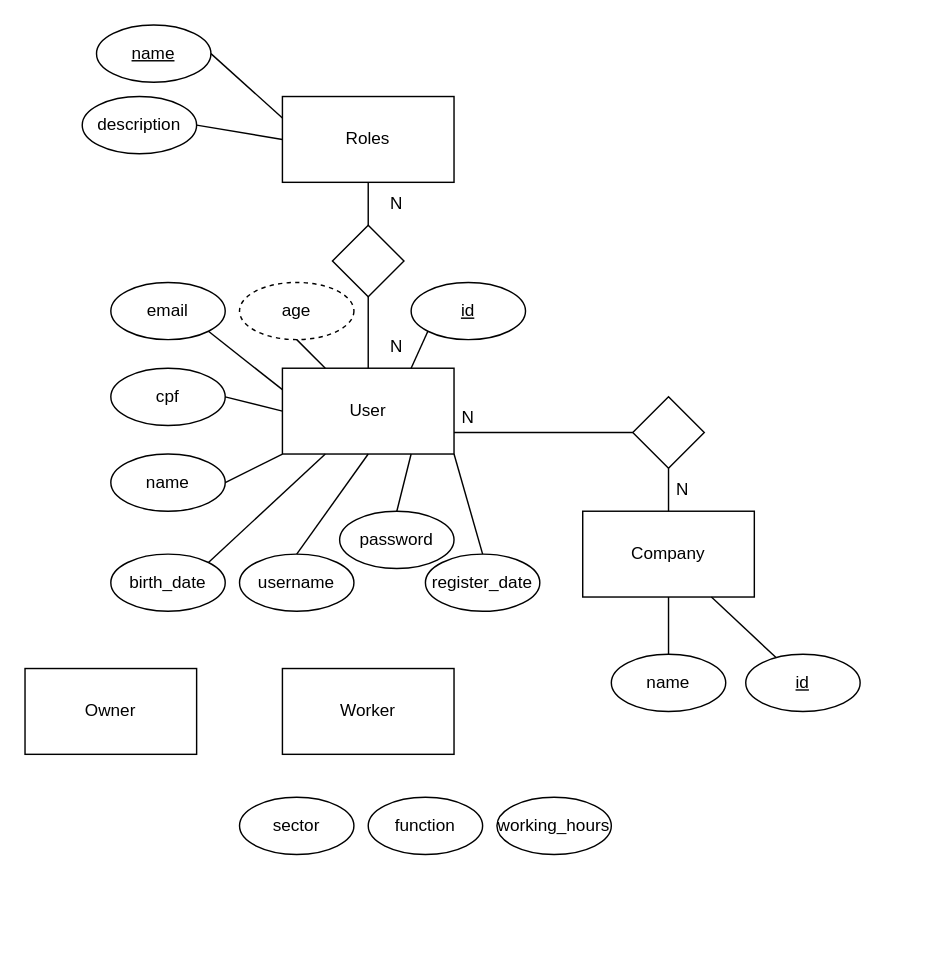
Above: ModelagemBD-MM.drawio in Mutznch/MarcosManagements (draw.io), before the change. Source tidied: cells renumbered, new cells numbered last; positions are measured from the earlier drawing's top-left corner, leaving out a move shared by most shapes. Both pictures are drawn from the tidied source at 143%, with x=0, y=0 at pixel (24, 24).
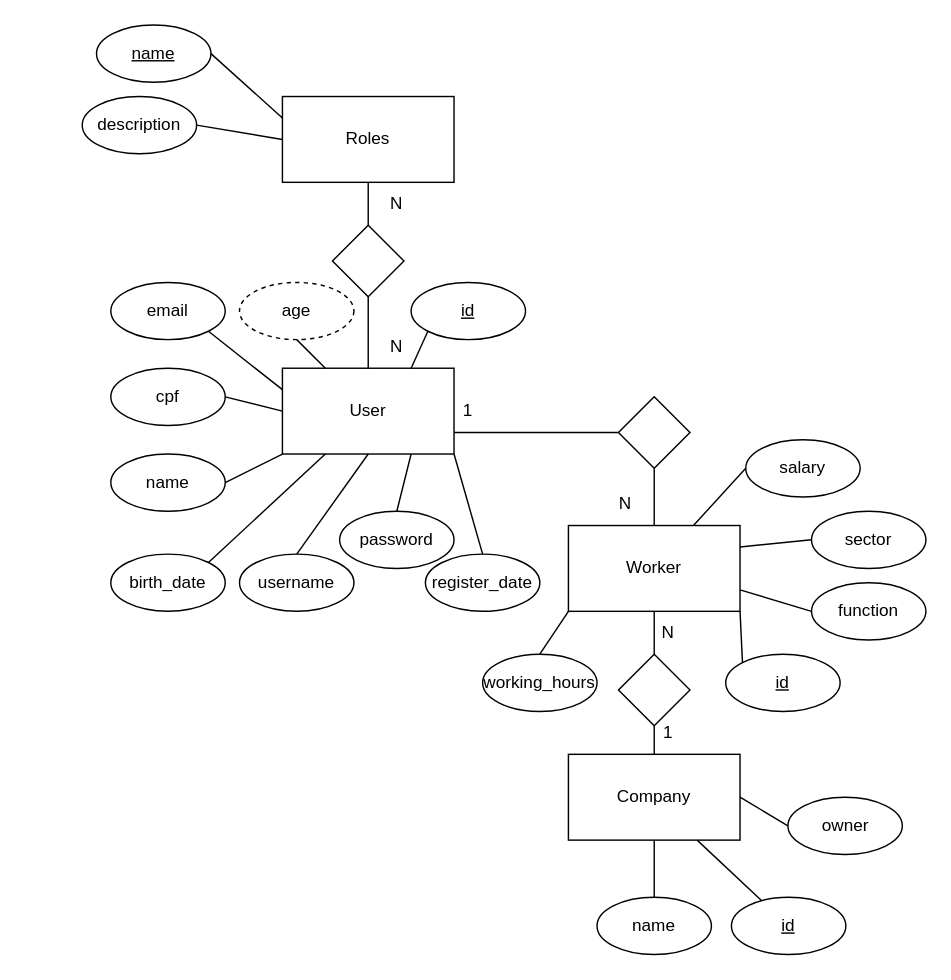
The same page after the edit.

Unchanged cells that the change refers to:
```xml
<mxCell id="2" value="User" style="rounded=0;whiteSpace=wrap;html=1;" parent="1" vertex="1">
  <mxGeometry x="180" y="240" width="120" height="60" as="geometry" />
</mxCell>
```

What changed in the source:
```diff
@@
     <mxCell id="4" value="Company" style="rounded=0;whiteSpace=wrap;html=1;" parent="1" vertex="1">
-      <mxGeometry x="390" y="340" width="120" height="60" as="geometry" />
+      <mxGeometry x="380" y="510" width="120" height="60" as="geometry" />
     </mxCell>
@@
     <mxCell id="12" value="name" style="ellipse;whiteSpace=wrap;html=1;" parent="1" vertex="1">
-      <mxGeometry x="410" y="440" width="80" height="40" as="geometry" />
+      <mxGeometry x="400" y="610" width="80" height="40" as="geometry" />
     </mxCell>
@@
-    <mxCell id="26" style="rhombus;whiteSpace=wrap;html=1;" parent="1" vertex="1">
-      <mxGeometry x="425" y="260" width="50" height="50" as="geometry" />
-    </mxCell>
-    <mxCell id="27" style="endArrow=none;html=1;rounded=0;exitX=0;exitY=0.5;exitDx=0;exitDy=0;entryX=1;entryY=0.75;entryDx=0;entryDy=0;" parent="1" edge="1" source="26" target="2">
-      <mxGeometry relative="1" as="geometry" />
-    </mxCell>
-    <mxCell id="28" style="endArrow=none;html=1;rounded=0;exitX=0.5;exitY=0;exitDx=0;exitDy=0;entryX=0.5;entryY=1;entryDx=0;entryDy=0;" parent="1" edge="1" source="4" target="26">
-      <mxGeometry relative="1" as="geometry" />
-    </mxCell>
@@
-    <mxCell id="31" value="N" style="text;html=1;strokeColor=none;fillColor=none;align=center;verticalAlign=middle;whiteSpace=wrap;rounded=0;" parent="1" vertex="1">
-      <mxGeometry x="430" y="310" width="60" height="30" as="geometry" />
-    </mxCell>
-    <mxCell id="32" value="N" style="text;html=1;strokeColor=none;fillColor=none;align=center;verticalAlign=middle;whiteSpace=wrap;rounded=0;" parent="1" vertex="1">
-      <mxGeometry x="280" y="260" width="60" height="30" as="geometry" />
-    </mxCell>
     <mxCell id="33" value="Worker" style="rounded=0;whiteSpace=wrap;html=1;" parent="1" vertex="1">
-      <mxGeometry x="180" y="450" width="120" height="60" as="geometry" />
+      <mxGeometry x="380" y="350" width="120" height="60" as="geometry" />
     </mxCell>
-    <mxCell id="34" value="Owner" style="rounded=0;whiteSpace=wrap;html=1;" parent="1" vertex="1">
-      <mxGeometry y="450" width="120" height="60" as="geometry" />
-    </mxCell>
@@
     <mxCell id="39" value="function" style="ellipse;whiteSpace=wrap;html=1;" parent="1" vertex="1">
-      <mxGeometry x="240" y="540" width="80" height="40" as="geometry" />
+      <mxGeometry x="550" y="390" width="80" height="40" as="geometry" />
     </mxCell>
     <mxCell id="40" value="sector" style="ellipse;whiteSpace=wrap;html=1;" parent="1" vertex="1">
-      <mxGeometry x="150" y="540" width="80" height="40" as="geometry" />
+      <mxGeometry x="550" y="340" width="80" height="40" as="geometry" />
     </mxCell>
     <mxCell id="41" value="working_hours" style="ellipse;whiteSpace=wrap;html=1;" parent="1" vertex="1">
-      <mxGeometry x="330" y="540" width="80" height="40" as="geometry" />
+      <mxGeometry x="320" y="440" width="80" height="40" as="geometry" />
     </mxCell>
@@
     <mxCell id="44" value="&lt;u&gt;id&lt;/u&gt;" style="ellipse;whiteSpace=wrap;html=1;" parent="1" vertex="1">
-      <mxGeometry x="504" y="440" width="80" height="40" as="geometry" />
+      <mxGeometry x="494" y="610" width="80" height="40" as="geometry" />
     </mxCell>
@@
+    <mxCell id="46" value="&lt;u&gt;id&lt;/u&gt;" style="ellipse;whiteSpace=wrap;html=1;" parent="1" vertex="1">
+      <mxGeometry x="490" y="440" width="80" height="40" as="geometry" />
+    </mxCell>
+    <mxCell id="47" value="salary" style="ellipse;whiteSpace=wrap;html=1;" parent="1" vertex="1">
+      <mxGeometry x="504" y="290" width="80" height="40" as="geometry" />
+    </mxCell>
+    <mxCell id="48" value="owner" style="ellipse;whiteSpace=wrap;html=1;" parent="1" vertex="1">
+      <mxGeometry x="533.5" y="540" width="80" height="40" as="geometry" />
+    </mxCell>
+    <mxCell id="49" style="endArrow=none;html=1;rounded=0;entryX=1;entryY=0.5;entryDx=0;entryDy=0;exitX=0;exitY=0.5;exitDx=0;exitDy=0;" parent="1" edge="1" source="48" target="4">
+      <mxGeometry relative="1" as="geometry" />
+    </mxCell>
+    <mxCell id="50" style="rhombus;whiteSpace=wrap;html=1;" parent="1" vertex="1">
+      <mxGeometry x="415" y="440" width="50" height="50" as="geometry" />
+    </mxCell>
+    <mxCell id="51" style="endArrow=none;html=1;rounded=0;entryX=0.5;entryY=1;entryDx=0;entryDy=0;exitX=0.5;exitY=0;exitDx=0;exitDy=0;" parent="1" edge="1" source="50" target="33">
+      <mxGeometry relative="1" as="geometry" />
+    </mxCell>
+    <mxCell id="52" style="endArrow=none;html=1;rounded=0;exitX=0.5;exitY=0;exitDx=0;exitDy=0;entryX=0.5;entryY=1;entryDx=0;entryDy=0;" parent="1" edge="1" source="4" target="50">
+      <mxGeometry relative="1" as="geometry" />
+    </mxCell>
+    <mxCell id="53" value="N" style="text;html=1;strokeColor=none;fillColor=none;align=center;verticalAlign=middle;whiteSpace=wrap;rounded=0;" parent="1" vertex="1">
+      <mxGeometry x="420" y="410" width="60" height="30" as="geometry" />
+    </mxCell>
+    <mxCell id="54" value="1" style="text;html=1;strokeColor=none;fillColor=none;align=center;verticalAlign=middle;whiteSpace=wrap;rounded=0;" parent="1" vertex="1">
+      <mxGeometry x="420" y="480" width="60" height="30" as="geometry" />
+    </mxCell>
+    <mxCell id="55" style="rhombus;whiteSpace=wrap;html=1;" parent="1" vertex="1">
+      <mxGeometry x="415" y="260" width="50" height="50" as="geometry" />
+    </mxCell>
+    <mxCell id="56" style="endArrow=none;html=1;rounded=0;exitX=1;exitY=0.75;exitDx=0;exitDy=0;entryX=0;entryY=0.5;entryDx=0;entryDy=0;" parent="1" edge="1" source="2" target="55">
+      <mxGeometry relative="1" as="geometry" />
+    </mxCell>
+    <mxCell id="57" style="endArrow=none;html=1;rounded=0;exitX=0.5;exitY=0;exitDx=0;exitDy=0;entryX=0.5;entryY=1;entryDx=0;entryDy=0;" parent="1" edge="1" source="33" target="55">
+      <mxGeometry relative="1" as="geometry" />
+    </mxCell>
+    <mxCell id="58" style="endArrow=none;html=1;rounded=0;exitX=0.5;exitY=0;exitDx=0;exitDy=0;entryX=0;entryY=1;entryDx=0;entryDy=0;" parent="1" edge="1" source="41" target="33">
+      <mxGeometry relative="1" as="geometry" />
+    </mxCell>
+    <mxCell id="59" style="endArrow=none;html=1;rounded=0;entryX=1;entryY=1;entryDx=0;entryDy=0;exitX=0;exitY=0;exitDx=0;exitDy=0;" parent="1" edge="1" source="46" target="33">
+      <mxGeometry relative="1" as="geometry" />
+    </mxCell>
+    <mxCell id="60" style="endArrow=none;html=1;rounded=0;entryX=1;entryY=0.75;entryDx=0;entryDy=0;exitX=0;exitY=0.5;exitDx=0;exitDy=0;" parent="1" edge="1" source="39" target="33">
+      <mxGeometry relative="1" as="geometry" />
+    </mxCell>
+    <mxCell id="61" style="endArrow=none;html=1;rounded=0;entryX=0;entryY=0.5;entryDx=0;entryDy=0;exitX=1;exitY=0.25;exitDx=0;exitDy=0;" parent="1" edge="1" source="33" target="40">
+      <mxGeometry relative="1" as="geometry" />
+    </mxCell>
+    <mxCell id="62" style="endArrow=none;html=1;rounded=0;entryX=0;entryY=0.5;entryDx=0;entryDy=0;" parent="1" edge="1" source="33" target="47">
+      <mxGeometry relative="1" as="geometry" />
+    </mxCell>
+    <mxCell id="63" value="1" style="text;html=1;strokeColor=none;fillColor=none;align=center;verticalAlign=middle;whiteSpace=wrap;rounded=0;" parent="1" vertex="1">
+      <mxGeometry x="280" y="255" width="60" height="30" as="geometry" />
+    </mxCell>
+    <mxCell id="64" value="N" style="text;html=1;strokeColor=none;fillColor=none;align=center;verticalAlign=middle;whiteSpace=wrap;rounded=0;" parent="1" vertex="1">
+      <mxGeometry x="390" y="320" width="60" height="30" as="geometry" />
+    </mxCell>
```
